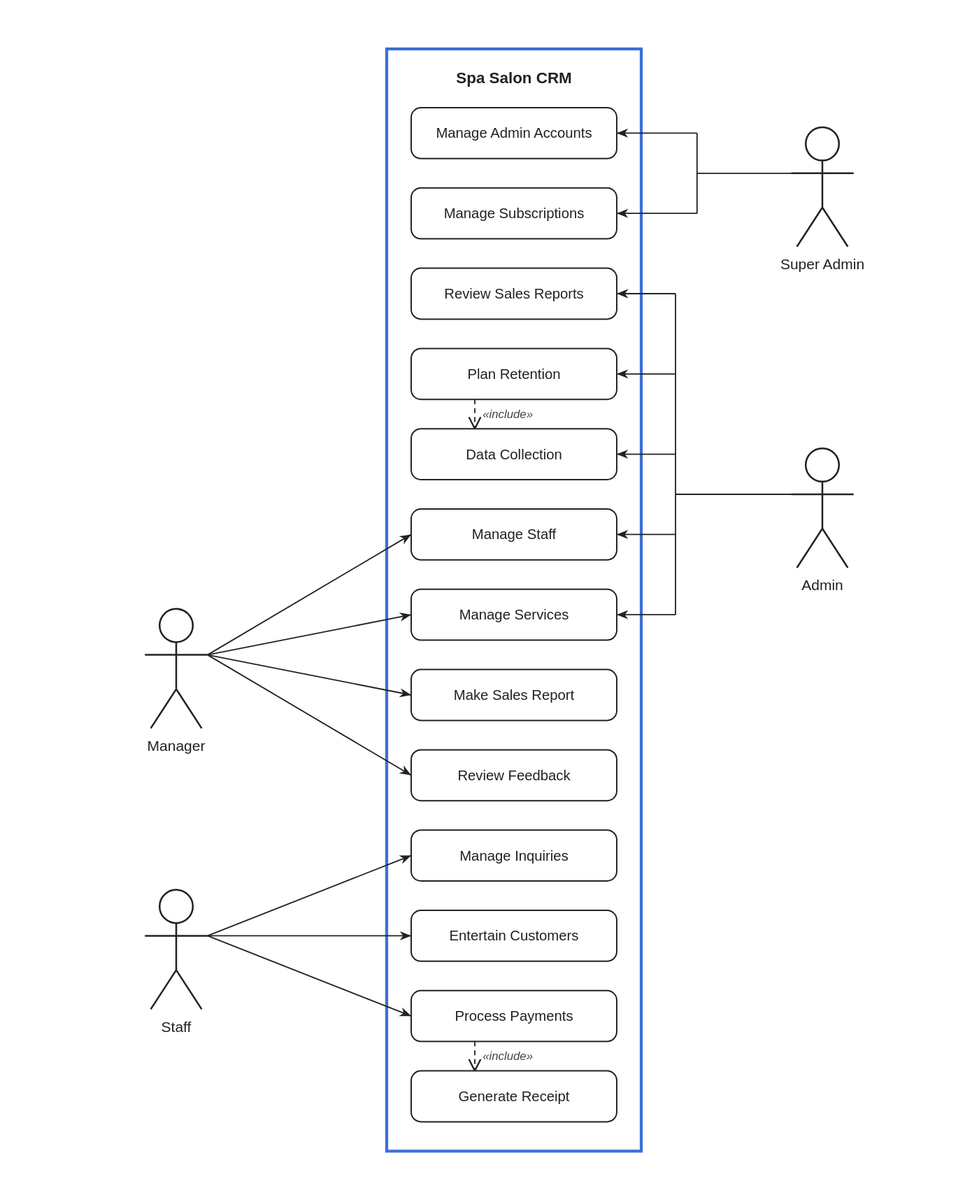
This is docs/spa-salon-crm/use-case-diagram.svg from dariusagbon/Rich_Portfolio, a PlantUML export, as it was before one commit. Its source is kept beside it as docs/spa-salon-crm/use-case-diagram.puml.
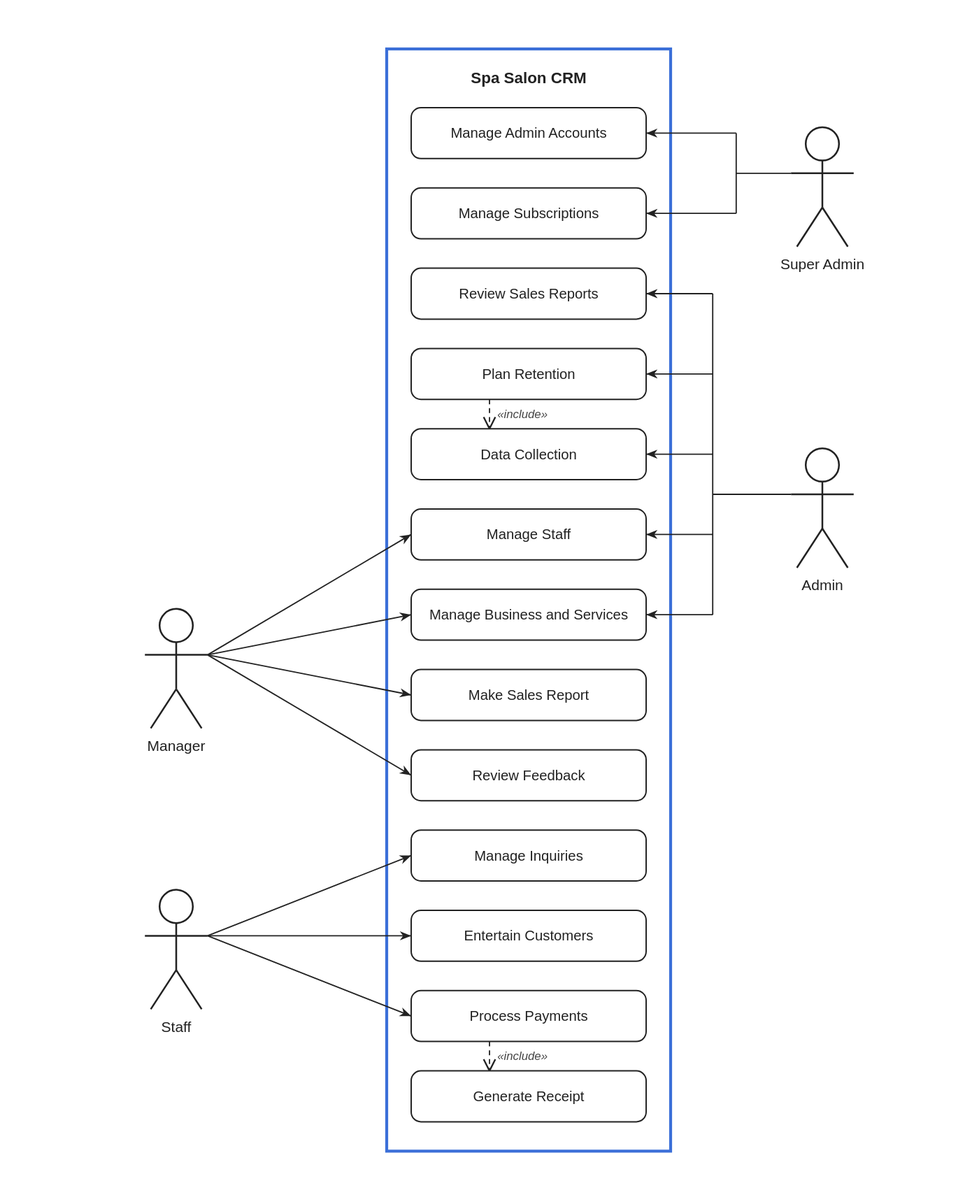
After the commit.

Commit message:
Rename shared use case to Manage Business and Services

Change to the diagram source:
```diff
@@ -16,7 +16,7 @@
   usecase "Plan Retention" as UC4
   usecase "Data Collection" as UC5
   usecase "Manage Staff" as UC6
-  usecase "Manage Services" as UC13
+  usecase "Manage Business and Services" as UC13
   usecase "Make Sales Report" as UC7
   usecase "Review Feedback" as UC8
   usecase "Manage Inquiries" as UC9
```
